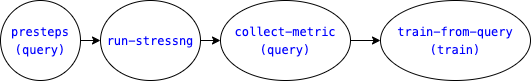
Above: fig/tekton-complete-train.png in sustainable-computing-io/kepler-model-server (draw.io), before the change. Source tidied: cells renumbered, new cells last; positions are measured from the earlier drawing's top-left corner, leaving out a move shared by most shapes. Source of this version:
```xml
<mxGraphModel>
  <root>
    <mxCell id="0" />
    <mxCell id="1" parent="0" />
    <mxCell id="2" style="edgeStyle=none;html=1;exitX=1;exitY=0.5;exitDx=0;exitDy=0;entryX=0;entryY=0.5;entryDx=0;entryDy=0;" parent="1" edge="1" source="3" target="5">
      <mxGeometry relative="1" as="geometry" />
    </mxCell>
    <mxCell id="3" value="&lt;div style=&quot;background-color: rgb(255, 255, 255); font-family: Menlo, Monaco, &amp;quot;Courier New&amp;quot;, monospace; line-height: 18px;&quot;&gt;&lt;span style=&quot;color: #0000ff;&quot;&gt;presteps&lt;br&gt;(query)&lt;/span&gt;&lt;/div&gt;" style="ellipse;whiteSpace=wrap;html=1;" parent="1" vertex="1">
      <mxGeometry width="80" height="80" as="geometry" />
    </mxCell>
    <mxCell id="4" style="edgeStyle=none;html=1;exitX=1;exitY=0.5;exitDx=0;exitDy=0;entryX=0;entryY=0.5;entryDx=0;entryDy=0;" parent="1" edge="1" source="5" target="7">
      <mxGeometry relative="1" as="geometry" />
    </mxCell>
    <mxCell id="5" value="&lt;div style=&quot;background-color: rgb(255, 255, 255); font-family: Menlo, Monaco, &amp;quot;Courier New&amp;quot;, monospace; line-height: 18px;&quot;&gt;&lt;span style=&quot;color: #0000ff;&quot;&gt;run-stressng&lt;/span&gt;&lt;/div&gt;" style="ellipse;whiteSpace=wrap;html=1;" parent="1" vertex="1">
      <mxGeometry x="100" width="100" height="80" as="geometry" />
    </mxCell>
    <mxCell id="6" style="edgeStyle=none;html=1;exitX=1;exitY=0.5;exitDx=0;exitDy=0;" parent="1" edge="1" source="7" target="8">
      <mxGeometry relative="1" as="geometry" />
    </mxCell>
    <mxCell id="7" value="&lt;div style=&quot;background-color: rgb(255, 255, 255); font-family: Menlo, Monaco, &amp;quot;Courier New&amp;quot;, monospace; line-height: 18px;&quot;&gt;&lt;div style=&quot;line-height: 18px;&quot;&gt;&lt;span style=&quot;color: #0000ff;&quot;&gt;collect-metric&lt;br&gt;(query)&lt;/span&gt;&lt;/div&gt;&lt;/div&gt;" style="ellipse;whiteSpace=wrap;html=1;" parent="1" vertex="1">
      <mxGeometry x="220" width="130" height="80" as="geometry" />
    </mxCell>
    <mxCell id="8" value="&lt;div style=&quot;background-color: rgb(255, 255, 255); font-family: Menlo, Monaco, &amp;quot;Courier New&amp;quot;, monospace; line-height: 18px;&quot;&gt;&lt;div style=&quot;line-height: 18px;&quot;&gt;&lt;span style=&quot;color: #0000ff;&quot;&gt;train-from-query&lt;br&gt;(train)&lt;/span&gt;&lt;/div&gt;&lt;/div&gt;" style="ellipse;whiteSpace=wrap;html=1;" parent="1" vertex="1">
      <mxGeometry x="380" width="150" height="80" as="geometry" />
    </mxCell>
  </root>
</mxGraphModel>
```
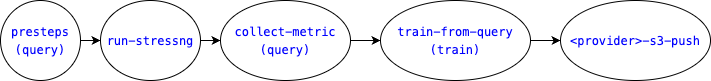
Later version of the same file.

Change to the diagram source:
```diff
@@ -20,8 +20,14 @@
     <mxCell id="7" value="&lt;div style=&quot;background-color: rgb(255, 255, 255); font-family: Menlo, Monaco, &amp;quot;Courier New&amp;quot;, monospace; line-height: 18px;&quot;&gt;&lt;div style=&quot;line-height: 18px;&quot;&gt;&lt;span style=&quot;color: #0000ff;&quot;&gt;collect-metric&lt;br&gt;(query)&lt;/span&gt;&lt;/div&gt;&lt;/div&gt;" style="ellipse;whiteSpace=wrap;html=1;" parent="1" vertex="1">
       <mxGeometry x="220" width="130" height="80" as="geometry" />
     </mxCell>
+    <mxCell id="9" style="edgeStyle=none;html=1;exitX=1;exitY=0.5;exitDx=0;exitDy=0;entryX=0;entryY=0.5;entryDx=0;entryDy=0;" parent="1" edge="1" source="8" target="10">
+      <mxGeometry relative="1" as="geometry" />
+    </mxCell>
     <mxCell id="8" value="&lt;div style=&quot;background-color: rgb(255, 255, 255); font-family: Menlo, Monaco, &amp;quot;Courier New&amp;quot;, monospace; line-height: 18px;&quot;&gt;&lt;div style=&quot;line-height: 18px;&quot;&gt;&lt;span style=&quot;color: #0000ff;&quot;&gt;train-from-query&lt;br&gt;(train)&lt;/span&gt;&lt;/div&gt;&lt;/div&gt;" style="ellipse;whiteSpace=wrap;html=1;" parent="1" vertex="1">
       <mxGeometry x="380" width="150" height="80" as="geometry" />
     </mxCell>
+    <mxCell id="10" value="&lt;div style=&quot;background-color: rgb(255, 255, 255); font-family: Menlo, Monaco, &amp;quot;Courier New&amp;quot;, monospace; line-height: 18px;&quot;&gt;&lt;div style=&quot;line-height: 18px;&quot;&gt;&lt;div style=&quot;line-height: 18px;&quot;&gt;&lt;span style=&quot;color: #0000ff;&quot;&gt;&amp;lt;provider&amp;gt;-s3-push&lt;/span&gt;&lt;/div&gt;&lt;/div&gt;&lt;/div&gt;" style="ellipse;whiteSpace=wrap;html=1;" parent="1" vertex="1">
+      <mxGeometry x="560" width="150" height="80" as="geometry" />
+    </mxCell>
   </root>
 </mxGraphModel>
```
